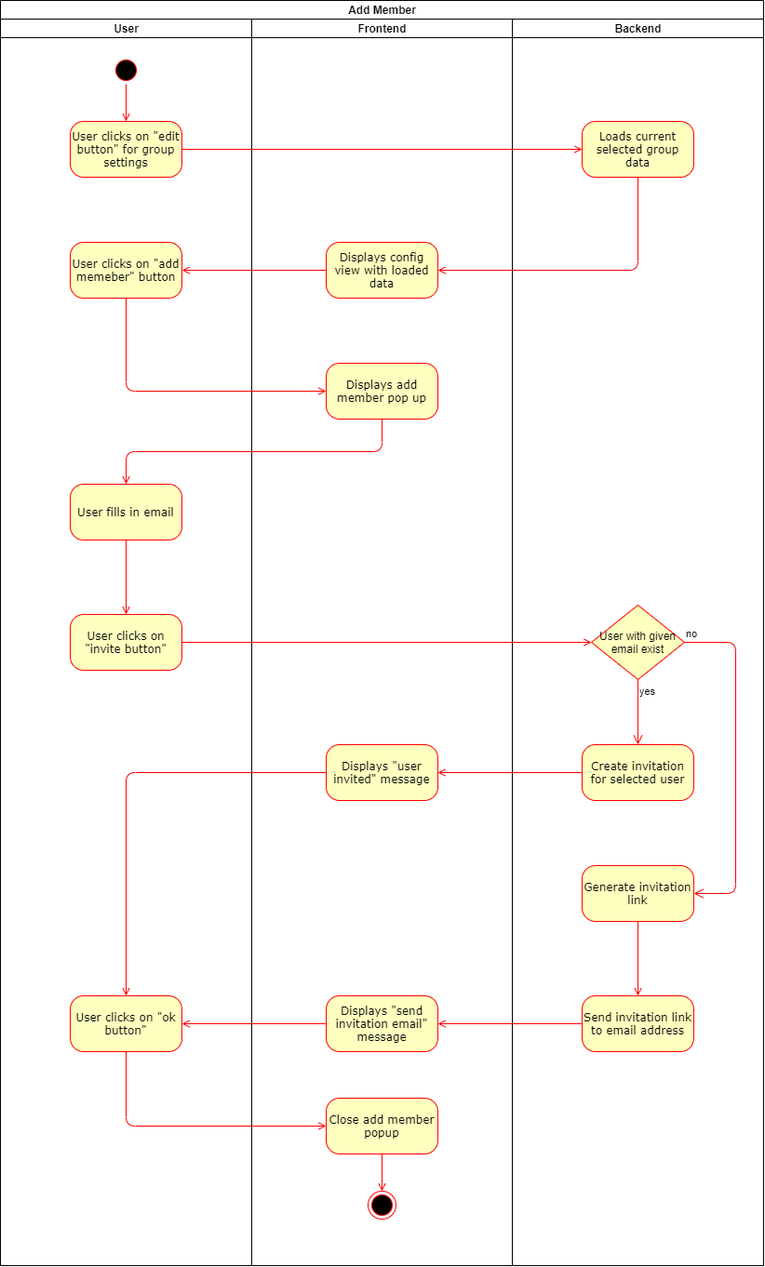
Earlier version of the draw.io export use_cases/manage_group/add_member.png (placetobeer/documentation). Source tidied: cells renumbered, new cells last; positions are measured from the earlier drawing's top-left corner, leaving out a move shared by most shapes.
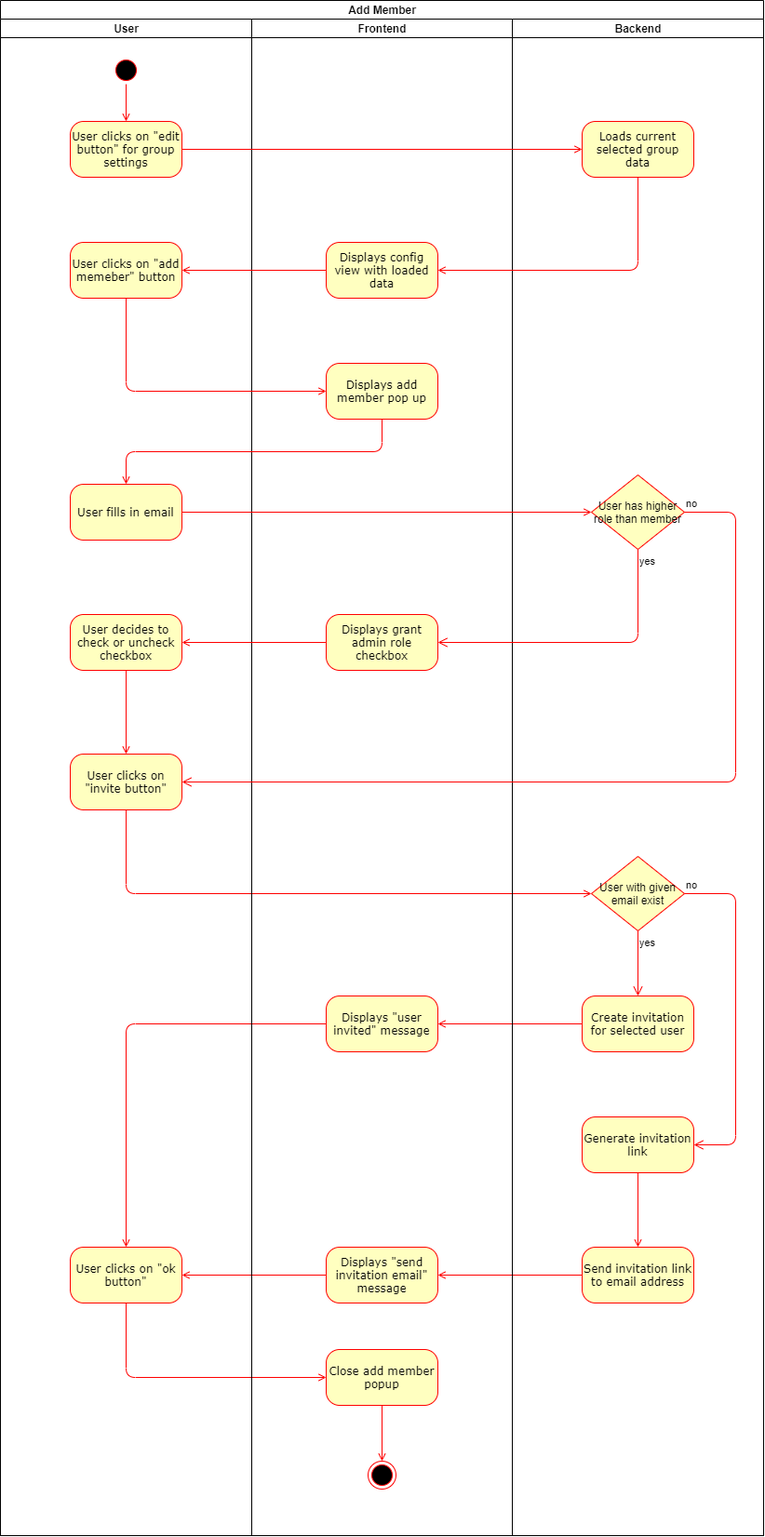
Above is the later version.

Change to the diagram source:
```diff
@@ -3,10 +3,10 @@
     <mxCell id="0" />
     <mxCell id="1" parent="0" />
     <mxCell id="2" value="Add Member" style="swimlane;html=1;startSize=20;" parent="1" vertex="1">
-      <mxGeometry width="820" height="1360" as="geometry" />
+      <mxGeometry width="820" height="1650" as="geometry" />
     </mxCell>
     <mxCell id="3" value="User" style="swimlane;html=1;startSize=20;" parent="2" vertex="1">
-      <mxGeometry y="20" width="270" height="1340" as="geometry" />
+      <mxGeometry y="20" width="270" height="1630" as="geometry" />
     </mxCell>
     <mxCell id="4" style="edgeStyle=orthogonalEdgeStyle;rounded=1;jettySize=auto;html=1;exitX=1;exitY=0.5;exitDx=0;exitDy=0;entryX=0.5;entryY=0;entryDx=0;entryDy=0;strokeColor=#FF0000;endArrow=open;endFill=0;strokeWidth=1;" parent="3" edge="1" source="5" target="6">
       <mxGeometry relative="1" as="geometry" />
@@ -20,20 +20,41 @@
     <mxCell id="7" value="User clicks on &quot;add memeber&quot; button" style="rounded=1;whiteSpace=wrap;html=1;arcSize=24;fillColor=#ffffc0;strokeColor=#ff0000;shadow=0;comic=0;labelBackgroundColor=none;fontFamily=Verdana;fontSize=12;fontColor=#000000;align=center;" parent="3" vertex="1">
       <mxGeometry x="75" y="240" width="120" height="60" as="geometry" />
     </mxCell>
-    <mxCell id="8" style="edgeStyle=orthogonalEdgeStyle;rounded=1;jettySize=auto;html=1;exitX=0.5;exitY=1;exitDx=0;exitDy=0;entryX=0.5;entryY=0;entryDx=0;entryDy=0;endArrow=open;endFill=0;strokeColor=#FF0000;strokeWidth=1;" parent="3" edge="1" source="9" target="10">
-      <mxGeometry relative="1" as="geometry" />
-    </mxCell>
     <mxCell id="9" value="User fills in email" style="rounded=1;whiteSpace=wrap;html=1;arcSize=24;fillColor=#ffffc0;strokeColor=#ff0000;shadow=0;comic=0;labelBackgroundColor=none;fontFamily=Verdana;fontSize=12;fontColor=#000000;align=center;" parent="3" vertex="1">
       <mxGeometry x="75" y="500" width="120" height="60" as="geometry" />
     </mxCell>
     <mxCell id="10" value="User clicks on &quot;invite button&quot;" style="rounded=1;whiteSpace=wrap;html=1;arcSize=24;fillColor=#ffffc0;strokeColor=#ff0000;shadow=0;comic=0;labelBackgroundColor=none;fontFamily=Verdana;fontSize=12;fontColor=#000000;align=center;" parent="3" vertex="1">
-      <mxGeometry x="75" y="640" width="120" height="60" as="geometry" />
+      <mxGeometry x="75" y="790" width="120" height="60" as="geometry" />
     </mxCell>
     <mxCell id="11" value="User clicks on &quot;ok button&quot;" style="rounded=1;whiteSpace=wrap;html=1;arcSize=24;fillColor=#ffffc0;strokeColor=#ff0000;shadow=0;comic=0;labelBackgroundColor=none;fontFamily=Verdana;fontSize=12;fontColor=#000000;align=center;" parent="3" vertex="1">
-      <mxGeometry x="75" y="1050" width="120" height="60" as="geometry" />
+      <mxGeometry x="75" y="1320" width="120" height="60" as="geometry" />
     </mxCell>
+    <mxCell id="40" style="edgeStyle=orthogonalEdgeStyle;rounded=1;jettySize=auto;html=1;exitX=0.5;exitY=1;exitDx=0;exitDy=0;entryX=0.5;entryY=0;entryDx=0;entryDy=0;endArrow=open;endFill=0;strokeColor=#FF0000;strokeWidth=1;" parent="3" edge="1" source="41" target="10">
+      <mxGeometry relative="1" as="geometry" />
+    </mxCell>
+    <mxCell id="41" value="User decides to check or uncheck checkbox" style="rounded=1;whiteSpace=wrap;html=1;arcSize=24;fillColor=#ffffc0;strokeColor=#ff0000;shadow=0;comic=0;labelBackgroundColor=none;fontFamily=Verdana;fontSize=12;fontColor=#000000;align=center;" parent="3" vertex="1">
+      <mxGeometry x="75" y="640" width="120" height="60" as="geometry" />
+    </mxCell>
+    <mxCell id="34" style="edgeStyle=orthogonalEdgeStyle;rounded=1;jettySize=auto;html=1;exitX=0.5;exitY=1;exitDx=0;exitDy=0;entryX=0;entryY=0.5;entryDx=0;entryDy=0;endArrow=open;endFill=0;strokeColor=#FF0000;strokeWidth=1;" parent="2" edge="1" source="10" target="22">
+      <mxGeometry relative="1" as="geometry" />
+    </mxCell>
+    <mxCell id="35" style="edgeStyle=orthogonalEdgeStyle;rounded=1;jettySize=auto;html=1;exitX=0;exitY=0.5;exitDx=0;exitDy=0;entryX=1;entryY=0.5;entryDx=0;entryDy=0;endArrow=open;endFill=0;strokeColor=#FF0000;strokeWidth=1;" parent="2" edge="1" source="25" target="15">
+      <mxGeometry relative="1" as="geometry" />
+    </mxCell>
+    <mxCell id="36" style="edgeStyle=orthogonalEdgeStyle;rounded=1;jettySize=auto;html=1;exitX=0;exitY=0.5;exitDx=0;exitDy=0;entryX=1;entryY=0.5;entryDx=0;entryDy=0;endArrow=open;endFill=0;strokeColor=#FF0000;strokeWidth=1;" parent="2" edge="1" source="28" target="16">
+      <mxGeometry relative="1" as="geometry" />
+    </mxCell>
+    <mxCell id="37" style="edgeStyle=orthogonalEdgeStyle;rounded=1;jettySize=auto;html=1;exitX=0;exitY=0.5;exitDx=0;exitDy=0;entryX=0.5;entryY=0;entryDx=0;entryDy=0;endArrow=open;endFill=0;strokeColor=#FF0000;strokeWidth=1;" parent="2" edge="1" source="15" target="11">
+      <mxGeometry relative="1" as="geometry" />
+    </mxCell>
+    <mxCell id="38" style="edgeStyle=orthogonalEdgeStyle;rounded=1;jettySize=auto;html=1;exitX=0;exitY=0.5;exitDx=0;exitDy=0;entryX=1;entryY=0.5;entryDx=0;entryDy=0;endArrow=open;endFill=0;strokeColor=#FF0000;strokeWidth=1;" parent="2" edge="1" source="16" target="11">
+      <mxGeometry relative="1" as="geometry" />
+    </mxCell>
+    <mxCell id="39" style="edgeStyle=orthogonalEdgeStyle;rounded=1;jettySize=auto;html=1;exitX=0.5;exitY=1;exitDx=0;exitDy=0;entryX=0;entryY=0.5;entryDx=0;entryDy=0;endArrow=open;endFill=0;strokeColor=#FF0000;strokeWidth=1;" parent="2" edge="1" source="11" target="18">
+      <mxGeometry relative="1" as="geometry" />
+    </mxCell>
     <mxCell id="12" value="Frontend" style="swimlane;html=1;startSize=20;" parent="2" vertex="1">
-      <mxGeometry x="270" y="20" width="280" height="1340" as="geometry" />
+      <mxGeometry x="270" y="20" width="280" height="1630" as="geometry" />
     </mxCell>
     <mxCell id="13" value="Displays config view with loaded data" style="rounded=1;whiteSpace=wrap;html=1;arcSize=24;fillColor=#ffffc0;strokeColor=#ff0000;shadow=0;comic=0;labelBackgroundColor=none;fontFamily=Verdana;fontSize=12;fontColor=#000000;align=center;" parent="12" vertex="1">
       <mxGeometry x="80" y="240" width="120" height="60" as="geometry" />
@@ -42,34 +63,37 @@
       <mxGeometry x="80" y="370" width="120" height="60" as="geometry" />
     </mxCell>
     <mxCell id="15" value="Displays &quot;user invited&quot; message" style="rounded=1;whiteSpace=wrap;html=1;arcSize=24;fillColor=#ffffc0;strokeColor=#ff0000;shadow=0;comic=0;labelBackgroundColor=none;fontFamily=Verdana;fontSize=12;fontColor=#000000;align=center;" parent="12" vertex="1">
-      <mxGeometry x="80" y="780" width="120" height="60" as="geometry" />
+      <mxGeometry x="80" y="1050" width="120" height="60" as="geometry" />
     </mxCell>
     <mxCell id="16" value="Displays &quot;send invitation email&quot; message" style="rounded=1;whiteSpace=wrap;html=1;arcSize=24;fillColor=#ffffc0;strokeColor=#ff0000;shadow=0;comic=0;labelBackgroundColor=none;fontFamily=Verdana;fontSize=12;fontColor=#000000;align=center;" parent="12" vertex="1">
-      <mxGeometry x="80" y="1050" width="120" height="60" as="geometry" />
+      <mxGeometry x="80" y="1320" width="120" height="60" as="geometry" />
     </mxCell>
     <mxCell id="17" style="edgeStyle=orthogonalEdgeStyle;rounded=1;jettySize=auto;html=1;exitX=0.5;exitY=1;exitDx=0;exitDy=0;entryX=0.5;entryY=0;entryDx=0;entryDy=0;endArrow=open;endFill=0;strokeColor=#FF0000;strokeWidth=1;" parent="12" edge="1" source="18" target="19">
       <mxGeometry relative="1" as="geometry" />
     </mxCell>
     <mxCell id="18" value="Close add member popup" style="rounded=1;whiteSpace=wrap;html=1;arcSize=24;fillColor=#ffffc0;strokeColor=#ff0000;shadow=0;comic=0;labelBackgroundColor=none;fontFamily=Verdana;fontSize=12;fontColor=#000000;align=center;" parent="12" vertex="1">
-      <mxGeometry x="80" y="1160" width="120" height="60" as="geometry" />
+      <mxGeometry x="80" y="1430" width="120" height="60" as="geometry" />
     </mxCell>
     <mxCell id="19" style="ellipse;html=1;shape=endState;fillColor=#000000;strokeColor=#ff0000;rounded=1;shadow=0;comic=0;labelBackgroundColor=none;fontFamily=Verdana;fontSize=12;fontColor=#000000;align=center;" parent="12" vertex="1">
-      <mxGeometry x="125" y="1260" width="30" height="30" as="geometry" />
+      <mxGeometry x="125" y="1550" width="30" height="30" as="geometry" />
     </mxCell>
+    <mxCell id="42" value="Displays grant admin role checkbox" style="rounded=1;whiteSpace=wrap;html=1;arcSize=24;fillColor=#ffffc0;strokeColor=#ff0000;shadow=0;comic=0;labelBackgroundColor=none;fontFamily=Verdana;fontSize=12;fontColor=#000000;align=center;" parent="12" vertex="1">
+      <mxGeometry x="80" y="640" width="120" height="60" as="geometry" />
+    </mxCell>
     <mxCell id="20" value="Backend" style="swimlane;html=1;startSize=20;" parent="2" vertex="1">
-      <mxGeometry x="550" y="20" width="270" height="1340" as="geometry" />
+      <mxGeometry x="550" y="20" width="270" height="1630" as="geometry" />
     </mxCell>
     <mxCell id="21" value="Loads current selected group data" style="rounded=1;whiteSpace=wrap;html=1;arcSize=24;fillColor=#ffffc0;strokeColor=#ff0000;shadow=0;comic=0;labelBackgroundColor=none;fontFamily=Verdana;fontSize=12;fontColor=#000000;align=center;" parent="20" vertex="1">
       <mxGeometry x="75" y="110" width="120" height="60" as="geometry" />
     </mxCell>
     <mxCell id="22" value="User with given email exist" style="rhombus;whiteSpace=wrap;html=1;fillColor=#ffffc0;strokeColor=#ff0000;" parent="20" vertex="1">
-      <mxGeometry x="85" y="630" width="100" height="80" as="geometry" />
+      <mxGeometry x="85" y="900" width="100" height="80" as="geometry" />
     </mxCell>
-    <mxCell id="23" value="no" style="edgeStyle=orthogonalEdgeStyle;html=1;align=left;verticalAlign=bottom;endArrow=open;endSize=8;strokeColor=#ff0000;entryX=1;entryY=0.5;entryDx=0;entryDy=0;" parent="20" edge="1" source="22" target="27">
+    <mxCell id="23" value="no" style="edgeStyle=orthogonalEdgeStyle;html=1;align=left;verticalAlign=bottom;endArrow=open;endSize=8;strokeColor=#ff0000;entryX=1;entryY=0.5;entryDx=0;entryDy=0;exitX=1;exitY=0.5;exitDx=0;exitDy=0;" parent="20" edge="1" source="22" target="27">
       <mxGeometry x="-1" relative="1" as="geometry">
         <Array as="points">
-          <mxPoint x="240" y="670" />
           <mxPoint x="240" y="940" />
+          <mxPoint x="240" y="1210" />
         </Array>
       </mxGeometry>
     </mxCell>
@@ -77,17 +101,20 @@
       <mxGeometry x="-1" relative="1" as="geometry" />
     </mxCell>
     <mxCell id="25" value="Create invitation for selected user" style="rounded=1;whiteSpace=wrap;html=1;arcSize=24;fillColor=#ffffc0;strokeColor=#ff0000;shadow=0;comic=0;labelBackgroundColor=none;fontFamily=Verdana;fontSize=12;fontColor=#000000;align=center;" parent="20" vertex="1">
-      <mxGeometry x="75" y="780" width="120" height="60" as="geometry" />
+      <mxGeometry x="75" y="1050" width="120" height="60" as="geometry" />
     </mxCell>
     <mxCell id="26" style="edgeStyle=orthogonalEdgeStyle;rounded=1;jettySize=auto;html=1;exitX=0.5;exitY=1;exitDx=0;exitDy=0;entryX=0.5;entryY=0;entryDx=0;entryDy=0;endArrow=open;endFill=0;strokeColor=#FF0000;strokeWidth=1;" parent="20" edge="1" source="27" target="28">
       <mxGeometry relative="1" as="geometry" />
     </mxCell>
     <mxCell id="27" value="Generate invitation link" style="rounded=1;whiteSpace=wrap;html=1;arcSize=24;fillColor=#ffffc0;strokeColor=#ff0000;shadow=0;comic=0;labelBackgroundColor=none;fontFamily=Verdana;fontSize=12;fontColor=#000000;align=center;" parent="20" vertex="1">
-      <mxGeometry x="75" y="910" width="120" height="60" as="geometry" />
+      <mxGeometry x="75" y="1180" width="120" height="60" as="geometry" />
     </mxCell>
     <mxCell id="28" value="Send invitation link to email address" style="rounded=1;whiteSpace=wrap;html=1;arcSize=24;fillColor=#ffffc0;strokeColor=#ff0000;shadow=0;comic=0;labelBackgroundColor=none;fontFamily=Verdana;fontSize=12;fontColor=#000000;align=center;" parent="20" vertex="1">
-      <mxGeometry x="75" y="1050" width="120" height="60" as="geometry" />
+      <mxGeometry x="75" y="1320" width="120" height="60" as="geometry" />
     </mxCell>
+    <mxCell id="43" value="User has higher role than member" style="rhombus;whiteSpace=wrap;html=1;fillColor=#ffffc0;strokeColor=#ff0000;" parent="20" vertex="1">
+      <mxGeometry x="85" y="490" width="100" height="80" as="geometry" />
+    </mxCell>
     <mxCell id="29" style="edgeStyle=orthogonalEdgeStyle;rounded=1;jettySize=auto;html=1;exitX=1;exitY=0.5;exitDx=0;exitDy=0;entryX=0;entryY=0.5;entryDx=0;entryDy=0;endArrow=open;endFill=0;strokeColor=#FF0000;strokeWidth=1;" parent="2" edge="1" source="6" target="21">
       <mxGeometry relative="1" as="geometry" />
     </mxCell>
@@ -103,23 +130,22 @@
     <mxCell id="33" style="edgeStyle=orthogonalEdgeStyle;rounded=1;jettySize=auto;html=1;exitX=0.5;exitY=1;exitDx=0;exitDy=0;entryX=0.5;entryY=0;entryDx=0;entryDy=0;endArrow=open;endFill=0;strokeColor=#FF0000;strokeWidth=1;" parent="2" edge="1" source="14" target="9">
       <mxGeometry relative="1" as="geometry" />
     </mxCell>
-    <mxCell id="34" style="edgeStyle=orthogonalEdgeStyle;rounded=1;jettySize=auto;html=1;exitX=1;exitY=0.5;exitDx=0;exitDy=0;entryX=0;entryY=0.5;entryDx=0;entryDy=0;endArrow=open;endFill=0;strokeColor=#FF0000;strokeWidth=1;" parent="2" edge="1" source="10" target="22">
-      <mxGeometry relative="1" as="geometry" />
-    </mxCell>
-    <mxCell id="35" style="edgeStyle=orthogonalEdgeStyle;rounded=1;jettySize=auto;html=1;exitX=0;exitY=0.5;exitDx=0;exitDy=0;entryX=1;entryY=0.5;entryDx=0;entryDy=0;endArrow=open;endFill=0;strokeColor=#FF0000;strokeWidth=1;" parent="2" edge="1" source="25" target="15">
-      <mxGeometry relative="1" as="geometry" />
-    </mxCell>
-    <mxCell id="36" style="edgeStyle=orthogonalEdgeStyle;rounded=1;jettySize=auto;html=1;exitX=0;exitY=0.5;exitDx=0;exitDy=0;entryX=1;entryY=0.5;entryDx=0;entryDy=0;endArrow=open;endFill=0;strokeColor=#FF0000;strokeWidth=1;" parent="2" edge="1" source="28" target="16">
-      <mxGeometry relative="1" as="geometry" />
-    </mxCell>
-    <mxCell id="37" style="edgeStyle=orthogonalEdgeStyle;rounded=1;jettySize=auto;html=1;exitX=0;exitY=0.5;exitDx=0;exitDy=0;entryX=0.5;entryY=0;entryDx=0;entryDy=0;endArrow=open;endFill=0;strokeColor=#FF0000;strokeWidth=1;" parent="2" edge="1" source="15" target="11">
-      <mxGeometry relative="1" as="geometry" />
-    </mxCell>
-    <mxCell id="38" style="edgeStyle=orthogonalEdgeStyle;rounded=1;jettySize=auto;html=1;exitX=0;exitY=0.5;exitDx=0;exitDy=0;entryX=1;entryY=0.5;entryDx=0;entryDy=0;endArrow=open;endFill=0;strokeColor=#FF0000;strokeWidth=1;" parent="2" edge="1" source="16" target="11">
-      <mxGeometry relative="1" as="geometry" />
-    </mxCell>
-    <mxCell id="39" style="edgeStyle=orthogonalEdgeStyle;rounded=1;jettySize=auto;html=1;exitX=0.5;exitY=1;exitDx=0;exitDy=0;entryX=0;entryY=0.5;entryDx=0;entryDy=0;endArrow=open;endFill=0;strokeColor=#FF0000;strokeWidth=1;" parent="2" edge="1" source="11" target="18">
-      <mxGeometry relative="1" as="geometry" />
-    </mxCell>
+    <mxCell id="44" style="edgeStyle=orthogonalEdgeStyle;rounded=1;jettySize=auto;html=1;exitX=1;exitY=0.5;exitDx=0;exitDy=0;entryX=0;entryY=0.5;entryDx=0;entryDy=0;endArrow=open;endFill=0;strokeColor=#FF0000;strokeWidth=1;" parent="2" edge="1" source="9" target="43">
+      <mxGeometry relative="1" as="geometry" />
+    </mxCell>
+    <mxCell id="45" value="yes" style="edgeStyle=orthogonalEdgeStyle;html=1;align=left;verticalAlign=top;endArrow=open;endSize=8;strokeColor=#ff0000;entryX=1;entryY=0.5;entryDx=0;entryDy=0;exitX=0.5;exitY=1;exitDx=0;exitDy=0;" parent="2" edge="1" source="43" target="42">
+      <mxGeometry x="-1" relative="1" as="geometry" />
+    </mxCell>
+    <mxCell id="46" style="edgeStyle=orthogonalEdgeStyle;rounded=1;jettySize=auto;html=1;exitX=0;exitY=0.5;exitDx=0;exitDy=0;entryX=1;entryY=0.5;entryDx=0;entryDy=0;endArrow=open;endFill=0;strokeColor=#FF0000;strokeWidth=1;" parent="2" edge="1" source="42" target="41">
+      <mxGeometry relative="1" as="geometry" />
+    </mxCell>
+    <mxCell id="47" value="no" style="edgeStyle=orthogonalEdgeStyle;html=1;align=left;verticalAlign=bottom;endArrow=open;endSize=8;strokeColor=#ff0000;entryX=1;entryY=0.5;entryDx=0;entryDy=0;exitX=1;exitY=0.5;exitDx=0;exitDy=0;" parent="2" edge="1" source="43" target="10">
+      <mxGeometry x="-1" relative="1" as="geometry">
+        <Array as="points">
+          <mxPoint x="790" y="550" />
+          <mxPoint x="790" y="840" />
+        </Array>
+      </mxGeometry>
+    </mxCell>
   </root>
 </mxGraphModel>
```
